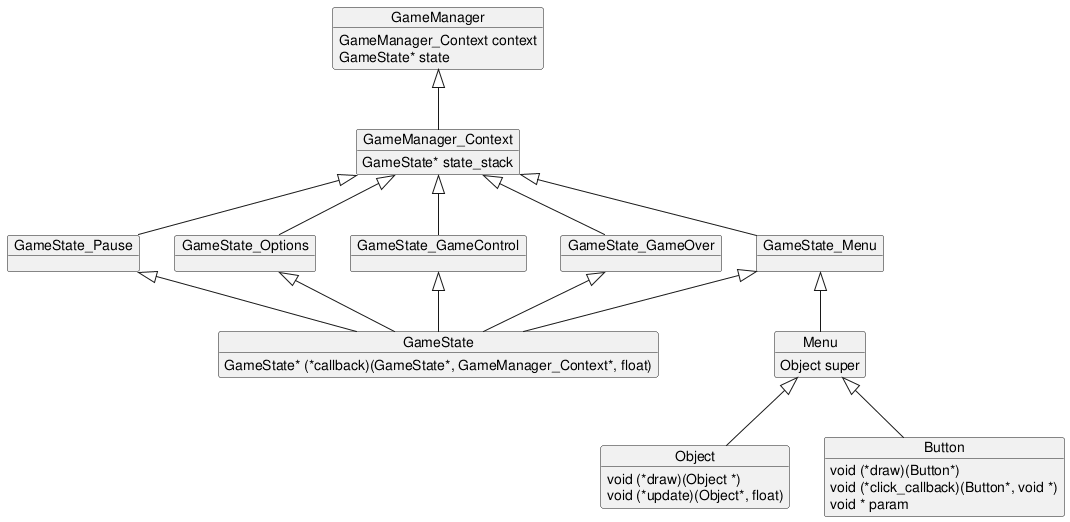
Earlier version of the PlantUML export doc/arch.png (sooneoo/why2). The source it was exported from:
```plantuml
@startuml

object GameState {
    GameState* (*callback)(GameState*, GameManager_Context*, float)
}

object GameManager_Context {
    GameState* state_stack
}

object GameState_Menu
object GameState_Pause
object GameState_Options
object GameState_GameControl
object GameState_GameOver

object GameManager {
    GameManager_Context context
    GameState* state
}

object Object {
    void (*draw)(Object *)
    void (*update)(Object*, float)
}

object Button {
    void (*draw)(Button*)
    void (*click_callback)(Button*, void *)
    void * param
}


object Menu {
    Object super
}


GameManager <|-- GameManager_Context
GameManager_Context <|-- GameState_Menu
GameManager_Context <|-- GameState_Pause
GameManager_Context <|-- GameState_Options
GameManager_Context <|-- GameState_GameControl
GameManager_Context <|-- GameState_GameOver

GameState_Menu <|-- GameState
GameState_Pause <|-- GameState
GameState_Options <|-- GameState
GameState_GameControl <|-- GameState
GameState_GameOver <|-- GameState

Menu <|-- Object
Menu <|-- Button

GameState_Menu <|-- Menu

@enduml
```
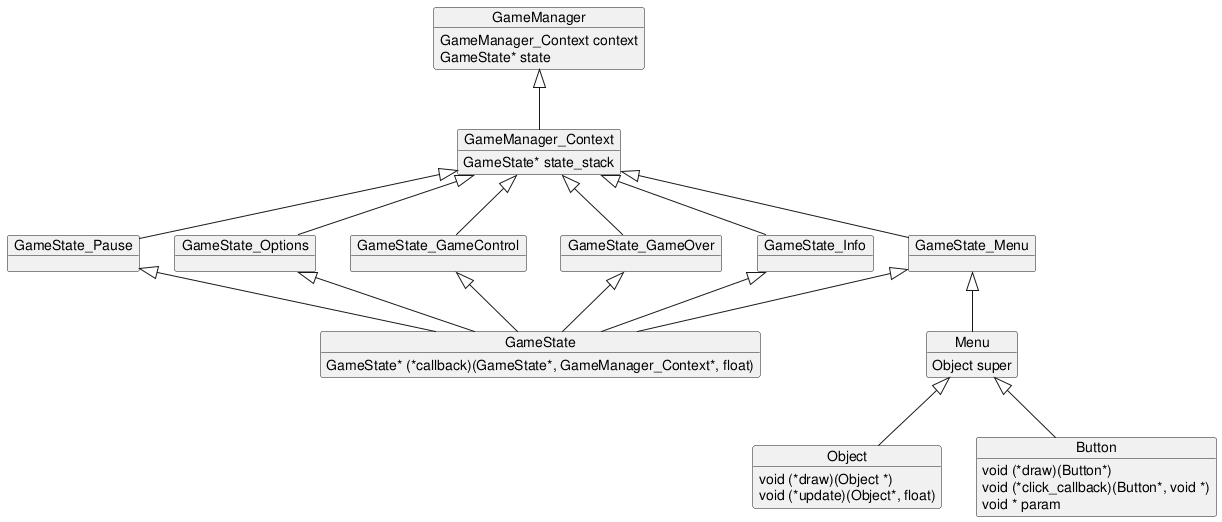
Above is the later version.

Commit message:
0.2.0 - base architecture, GUI, game state manager

What changed in the source:
```diff
@@ -13,6 +13,7 @@
 object GameState_Options
 object GameState_GameControl
 object GameState_GameOver
+object GameState_Info
 
 object GameManager {
     GameManager_Context context
@@ -42,12 +43,15 @@
 GameManager_Context <|-- GameState_Options
 GameManager_Context <|-- GameState_GameControl
 GameManager_Context <|-- GameState_GameOver
+GameManager_Context <|-- GameState_Info
 
 GameState_Menu <|-- GameState
 GameState_Pause <|-- GameState
 GameState_Options <|-- GameState
 GameState_GameControl <|-- GameState
 GameState_GameOver <|-- GameState
+GameState_Info <|-- GameState
+
 
 Menu <|-- Object
 Menu <|-- Button
```
